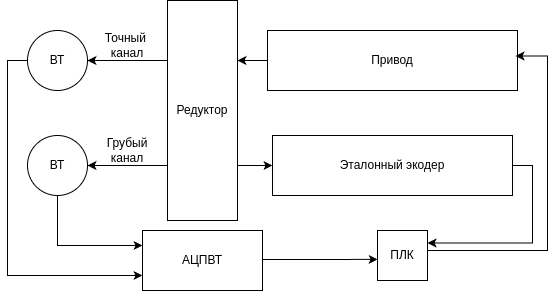
This is images/Test_Stand_SCH.png from vktr-ktzv/Diploma, a draw.io export, as it was before one commit. Source tidied: cells renumbered, new cells last; positions are measured from the earlier drawing's top-left corner, leaving out a move shared by most shapes. The source it was exported from:
```xml
<mxGraphModel>
  <root>
    <mxCell id="0" />
    <mxCell id="1" parent="0" />
    <mxCell id="2" value="ПЛК" style="whiteSpace=wrap;html=1;labelBackgroundColor=none;" parent="1" vertex="1">
      <mxGeometry x="350" y="230" width="50" height="50" as="geometry" />
    </mxCell>
    <mxCell id="3" style="edgeStyle=orthogonalEdgeStyle;rounded=0;jettySize=auto;html=1;exitX=0;exitY=0.25;exitDx=0;exitDy=0;entryX=1;entryY=0.5;entryDx=0;entryDy=0;labelBackgroundColor=none;fontColor=default;" parent="1" edge="1" source="6" target="8">
      <mxGeometry relative="1" as="geometry">
        <Array as="points">
          <mxPoint x="140" y="60" />
        </Array>
      </mxGeometry>
    </mxCell>
    <mxCell id="4" style="edgeStyle=orthogonalEdgeStyle;rounded=0;jettySize=auto;html=1;exitX=0;exitY=0.75;exitDx=0;exitDy=0;entryX=1;entryY=0.5;entryDx=0;entryDy=0;labelBackgroundColor=none;fontColor=default;" parent="1" edge="1" source="6" target="10">
      <mxGeometry relative="1" as="geometry" />
    </mxCell>
    <mxCell id="5" style="edgeStyle=orthogonalEdgeStyle;rounded=0;jettySize=auto;html=1;exitX=1;exitY=0.75;exitDx=0;exitDy=0;entryX=0;entryY=0.5;entryDx=0;entryDy=0;labelBackgroundColor=none;fontColor=default;" parent="1" edge="1" source="6" target="16">
      <mxGeometry relative="1" as="geometry" />
    </mxCell>
    <mxCell id="6" value="Редуктор" style="rounded=0;whiteSpace=wrap;html=1;labelBackgroundColor=none;" parent="1" vertex="1">
      <mxGeometry x="140" width="70" height="220" as="geometry" />
    </mxCell>
    <mxCell id="7" style="edgeStyle=orthogonalEdgeStyle;rounded=0;jettySize=auto;html=1;exitX=0;exitY=0.5;exitDx=0;exitDy=0;entryX=0;entryY=0.75;entryDx=0;entryDy=0;labelBackgroundColor=none;fontColor=default;" parent="1" edge="1" source="8" target="19">
      <mxGeometry relative="1" as="geometry" />
    </mxCell>
    <mxCell id="8" value="ВТ" style="ellipse;whiteSpace=wrap;html=1;labelBackgroundColor=none;" parent="1" vertex="1">
      <mxGeometry y="30" width="60" height="60" as="geometry" />
    </mxCell>
    <mxCell id="9" style="edgeStyle=orthogonalEdgeStyle;rounded=0;jettySize=auto;html=1;exitX=0.5;exitY=1;exitDx=0;exitDy=0;entryX=0;entryY=0.25;entryDx=0;entryDy=0;labelBackgroundColor=none;fontColor=default;" parent="1" edge="1" source="10" target="19">
      <mxGeometry relative="1" as="geometry" />
    </mxCell>
    <mxCell id="10" value="ВТ" style="ellipse;whiteSpace=wrap;html=1;labelBackgroundColor=none;" parent="1" vertex="1">
      <mxGeometry y="135" width="60" height="60" as="geometry" />
    </mxCell>
    <mxCell id="11" value="Привод" style="rounded=0;whiteSpace=wrap;html=1;labelBackgroundColor=none;" parent="1" vertex="1">
      <mxGeometry x="240" y="30" width="250" height="60" as="geometry" />
    </mxCell>
    <mxCell id="12" value="Точный&amp;nbsp;&lt;br&gt;канал" style="text;html=1;align=center;verticalAlign=middle;whiteSpace=wrap;rounded=0;labelBackgroundColor=none;" parent="1" vertex="1">
      <mxGeometry x="70" y="30" width="60" height="30" as="geometry" />
    </mxCell>
    <mxCell id="13" value="Грубый канал" style="text;html=1;align=center;verticalAlign=middle;whiteSpace=wrap;rounded=0;labelBackgroundColor=none;" parent="1" vertex="1">
      <mxGeometry x="70" y="135" width="60" height="30" as="geometry" />
    </mxCell>
    <mxCell id="14" style="edgeStyle=orthogonalEdgeStyle;rounded=0;jettySize=auto;html=1;exitX=0;exitY=0.5;exitDx=0;exitDy=0;labelBackgroundColor=none;fontColor=default;" parent="1" edge="1" source="11">
      <mxGeometry relative="1" as="geometry">
        <mxPoint x="210" y="60" as="targetPoint" />
        <Array as="points">
          <mxPoint x="230" y="60" />
          <mxPoint x="230" y="60" />
        </Array>
      </mxGeometry>
    </mxCell>
    <mxCell id="15" style="edgeStyle=orthogonalEdgeStyle;rounded=0;jettySize=auto;html=1;exitX=1;exitY=0.5;exitDx=0;exitDy=0;entryX=1;entryY=0.25;entryDx=0;entryDy=0;labelBackgroundColor=none;fontColor=default;" parent="1" edge="1" source="16" target="2">
      <mxGeometry relative="1" as="geometry" />
    </mxCell>
    <mxCell id="16" value="Эталонный экодер" style="rounded=0;whiteSpace=wrap;html=1;labelBackgroundColor=none;" parent="1" vertex="1">
      <mxGeometry x="245" y="135" width="240" height="60" as="geometry" />
    </mxCell>
    <mxCell id="17" style="edgeStyle=orthogonalEdgeStyle;rounded=0;jettySize=auto;html=1;exitX=1;exitY=0.75;exitDx=0;exitDy=0;entryX=0.992;entryY=0.425;entryDx=0;entryDy=0;entryPerimeter=0;labelBackgroundColor=none;fontColor=default;" parent="1" edge="1" source="2" target="11">
      <mxGeometry relative="1" as="geometry">
        <Array as="points">
          <mxPoint x="400" y="250" />
          <mxPoint x="520" y="250" />
          <mxPoint x="520" y="56" />
        </Array>
      </mxGeometry>
    </mxCell>
    <mxCell id="18" style="edgeStyle=orthogonalEdgeStyle;rounded=0;jettySize=auto;html=1;exitX=1;exitY=0.5;exitDx=0;exitDy=0;entryX=0.002;entryY=0.578;entryDx=0;entryDy=0;entryPerimeter=0;labelBackgroundColor=none;fontColor=default;" parent="1" edge="1" target="2">
      <mxGeometry relative="1" as="geometry">
        <mxPoint x="220" y="257.5" as="sourcePoint" />
        <Array as="points">
          <mxPoint x="220" y="259" />
          <mxPoint x="278" y="259" />
        </Array>
      </mxGeometry>
    </mxCell>
    <mxCell id="19" value="АЦПВТ" style="rounded=0;whiteSpace=wrap;html=1;labelBackgroundColor=none;" parent="1" vertex="1">
      <mxGeometry x="115" y="230" width="120" height="60" as="geometry" />
    </mxCell>
  </root>
</mxGraphModel>
```
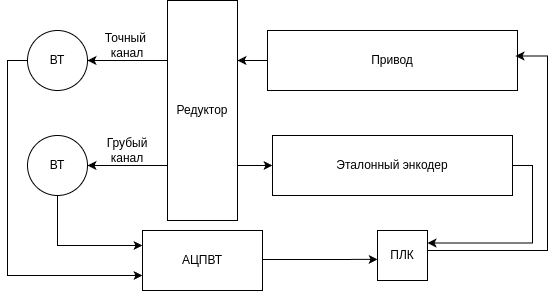
Later version of the same file.

Change to the diagram source:
```diff
@@ -54,7 +54,7 @@
     <mxCell id="15" style="edgeStyle=orthogonalEdgeStyle;rounded=0;jettySize=auto;html=1;exitX=1;exitY=0.5;exitDx=0;exitDy=0;entryX=1;entryY=0.25;entryDx=0;entryDy=0;labelBackgroundColor=none;fontColor=default;" parent="1" edge="1" source="16" target="2">
       <mxGeometry relative="1" as="geometry" />
     </mxCell>
-    <mxCell id="16" value="Эталонный экодер" style="rounded=0;whiteSpace=wrap;html=1;labelBackgroundColor=none;" parent="1" vertex="1">
+    <mxCell id="16" value="Эталонный энкодер" style="rounded=0;whiteSpace=wrap;html=1;labelBackgroundColor=none;" parent="1" vertex="1">
       <mxGeometry x="245" y="135" width="240" height="60" as="geometry" />
     </mxCell>
     <mxCell id="17" style="edgeStyle=orthogonalEdgeStyle;rounded=0;jettySize=auto;html=1;exitX=1;exitY=0.75;exitDx=0;exitDy=0;entryX=0.992;entryY=0.425;entryDx=0;entryDy=0;entryPerimeter=0;labelBackgroundColor=none;fontColor=default;" parent="1" edge="1" source="2" target="11">
```
